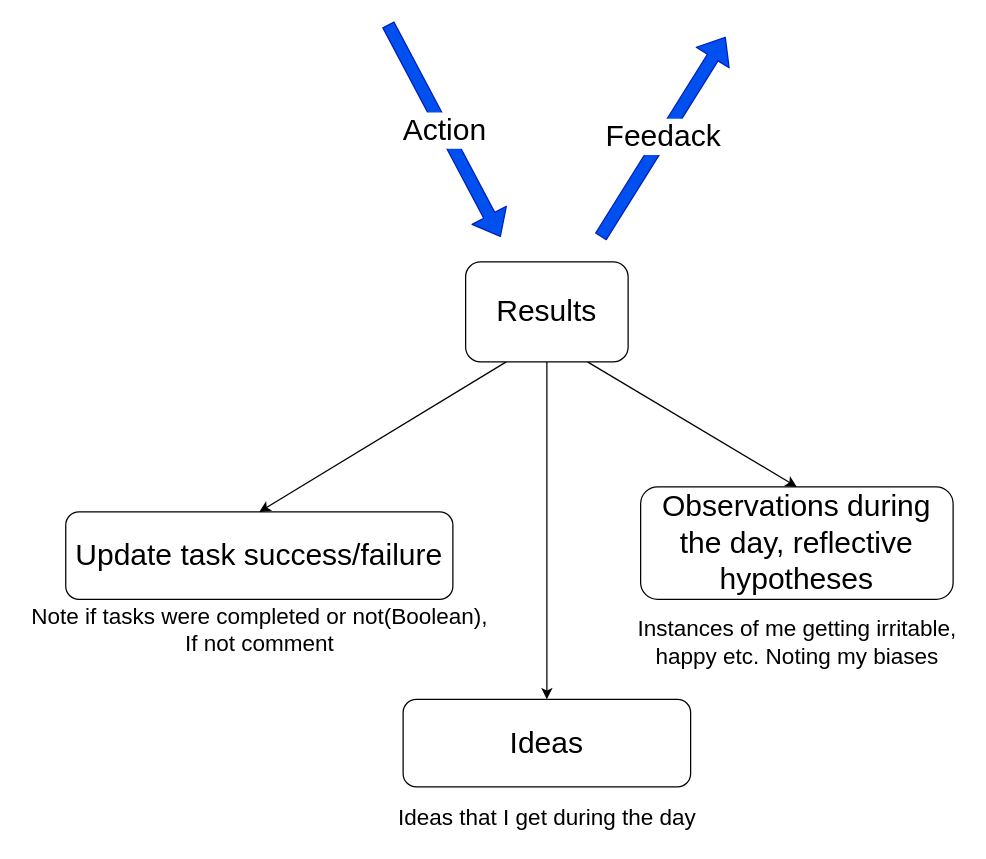
non-tech-stuff/life-flow keeps this draw.io diagram as page "Feedback" (5 of 8) of calibration_idea.drawio. Above is the earlier version. Source tidied: cells renumbered, new cells numbered last; positions are measured from the earlier drawing's top-left corner, leaving out a move shared by most shapes. Both pictures are drawn from the tidied source at 125%, with x=0, y=0 at pixel (21, 24).
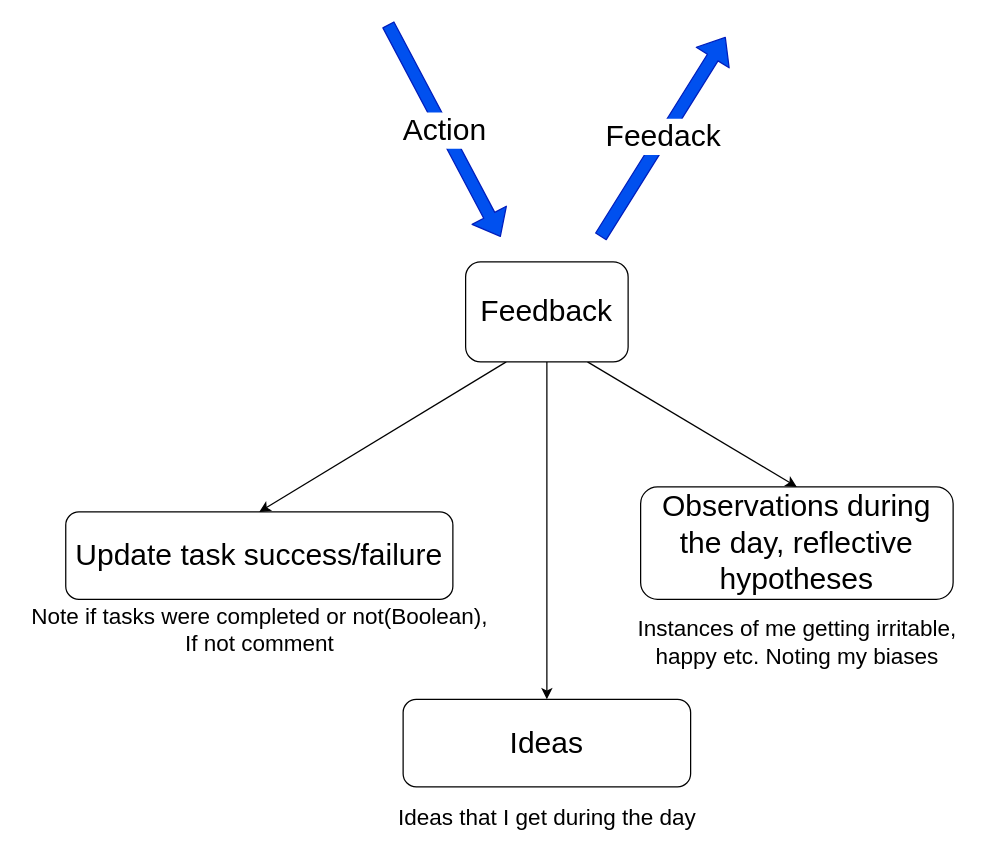
Above is the later version.

Diff of the diagram source:
```diff
@@
 <mxGraphModel>
   <root>
     <mxCell id="0" />
     <mxCell id="1" parent="0" />
     <mxCell id="2" style="group;" parent="1" vertex="1">
       <mxGeometry x="295" y="540" width="250" height="110" as="geometry" />
     </mxCell>
     <mxCell id="3" value="Ideas" style="rounded=1;whiteSpace=wrap;html=1;fontSize=24;" parent="2" vertex="1">
       <mxGeometry x="10" width="230" height="70" as="geometry" />
     </mxCell>
     <mxCell id="4" value="Ideas that I get during the day" style="text;html=1;align=center;verticalAlign=middle;fontSize=18;" parent="2" vertex="1">
       <mxGeometry y="80" width="250" height="30" as="geometry" />
     </mxCell>
     <mxCell id="5" style="group;" parent="1" vertex="1">
       <mxGeometry x="485" y="370" width="270" height="150" as="geometry" />
     </mxCell>
     <mxCell id="6" value="Observations during the day, reflective hypotheses" style="rounded=1;whiteSpace=wrap;html=1;fontSize=24;" parent="5" vertex="1">
       <mxGeometry x="10" width="250" height="90" as="geometry" />
     </mxCell>
     <mxCell id="7" value="Instances of me getting irritable, &lt;br&gt;happy etc.&amp;nbsp;Noting my biases" style="text;html=1;align=center;verticalAlign=middle;fontSize=18;" parent="5" vertex="1">
       <mxGeometry y="100" width="270" height="50" as="geometry" />
     </mxCell>
     <mxCell id="8" style="edgeStyle=none;rounded=0;jettySize=auto;html=1;exitX=0.25;exitY=1;exitDx=0;exitDy=0;entryX=0.5;entryY=0;entryDx=0;entryDy=0;startArrow=none;startFill=0;fontSize=18;" parent="1" edge="1" source="11" target="13">
       <mxGeometry relative="1" as="geometry" />
     </mxCell>
     <mxCell id="9" style="edgeStyle=none;rounded=0;jettySize=auto;html=1;exitX=0.5;exitY=1;exitDx=0;exitDy=0;startArrow=none;startFill=0;fontSize=18;" parent="1" edge="1" source="11" target="3">
       <mxGeometry relative="1" as="geometry" />
     </mxCell>
     <mxCell id="10" style="edgeStyle=none;rounded=0;jettySize=auto;html=1;exitX=0.75;exitY=1;exitDx=0;exitDy=0;entryX=0.5;entryY=0;entryDx=0;entryDy=0;startArrow=none;startFill=0;fontSize=18;" parent="1" edge="1" source="11" target="6">
       <mxGeometry relative="1" as="geometry" />
     </mxCell>
-    <mxCell id="11" value="&lt;font style=&quot;font-size: 24px&quot;&gt;Results&lt;/font&gt;" style="rounded=1;whiteSpace=wrap;html=1;fontSize=18;" parent="1" vertex="1">
+    <mxCell id="11" value="&lt;font style=&quot;font-size: 24px&quot;&gt;Feedback&lt;/font&gt;" style="rounded=1;whiteSpace=wrap;html=1;fontSize=18;" parent="1" vertex="1">
       <mxGeometry x="355" y="190" width="130" height="80" as="geometry" />
     </mxCell>
     <mxCell id="12" style="group;" parent="1" vertex="1">
       <mxGeometry y="390" width="380" height="120" as="geometry" />
     </mxCell>
     <mxCell id="13" value="Update task success/failure" style="rounded=1;whiteSpace=wrap;html=1;fontSize=24;" parent="12" vertex="1">
       <mxGeometry x="35.1" width="309.7" height="70" as="geometry" />
     </mxCell>
     <mxCell id="14" value="Note if tasks were completed or not(Boolean), &lt;br&gt;If not comment" style="text;html=1;align=center;verticalAlign=middle;fontSize=18;" parent="12" vertex="1">
       <mxGeometry y="70" width="380" height="50" as="geometry" />
     </mxCell>
     <mxCell id="15" value="&lt;font style=&quot;font-size: 24px&quot;&gt;Action&lt;/font&gt;" style="shape=flexArrow;endArrow=classic;html=1;fontSize=18;fillColor=#0050ef;strokeColor=#001DBC;" parent="1" edge="1">
       <mxGeometry relative="1" as="geometry">
         <mxPoint x="293" as="sourcePoint" />
         <mxPoint x="383" y="170" as="targetPoint" />
       </mxGeometry>
     </mxCell>
     <mxCell id="16" value="&lt;font style=&quot;font-size: 24px&quot;&gt;Feedack&lt;/font&gt;" style="shape=flexArrow;endArrow=classic;html=1;fontSize=18;fillColor=#0050ef;strokeColor=#001DBC;" parent="1" edge="1">
       <mxGeometry relative="1" as="geometry">
         <mxPoint x="463" y="170" as="sourcePoint" />
         <mxPoint x="563" y="10" as="targetPoint" />
       </mxGeometry>
     </mxCell>
   </root>
 </mxGraphModel>
```
